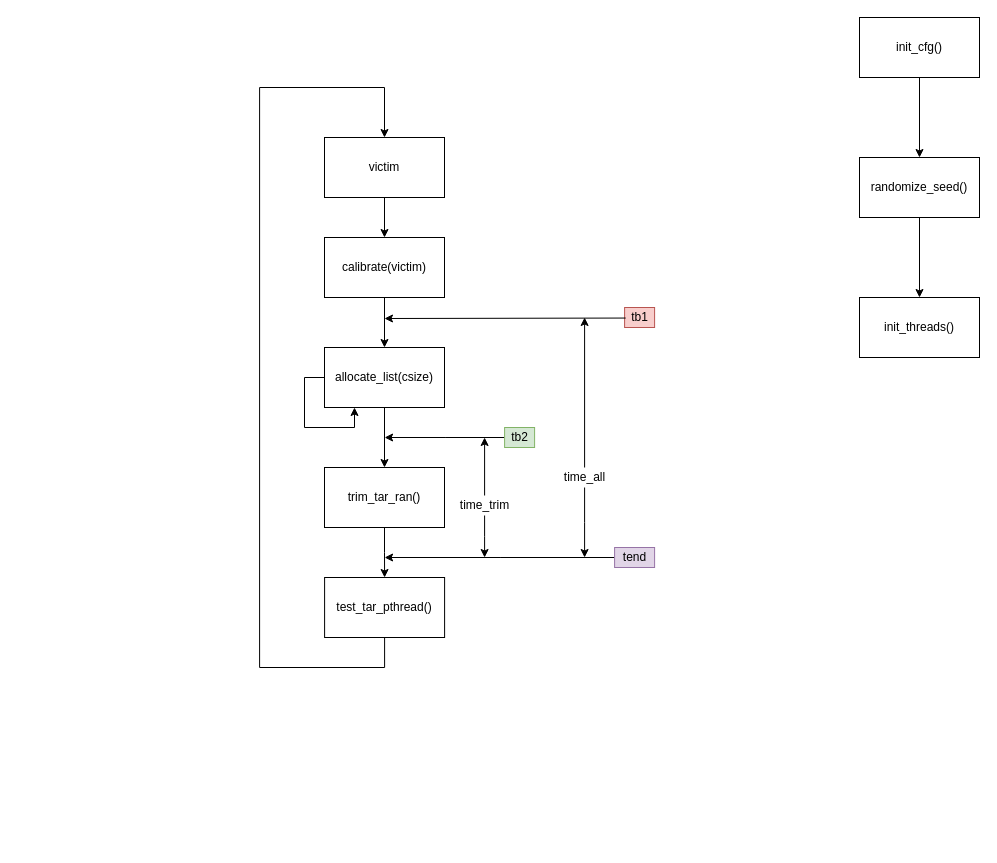
w112/graph keeps this draw.io diagram as CAS_cache_side_channel.drawio. Above is the earlier version. Source tidied: cells renumbered, new cells numbered last; positions are measured from the earlier drawing's top-left corner, leaving out a move shared by most shapes. Both pictures are drawn from the tidied source at 100%, with x=0, y=0 at pixel (259, 17).
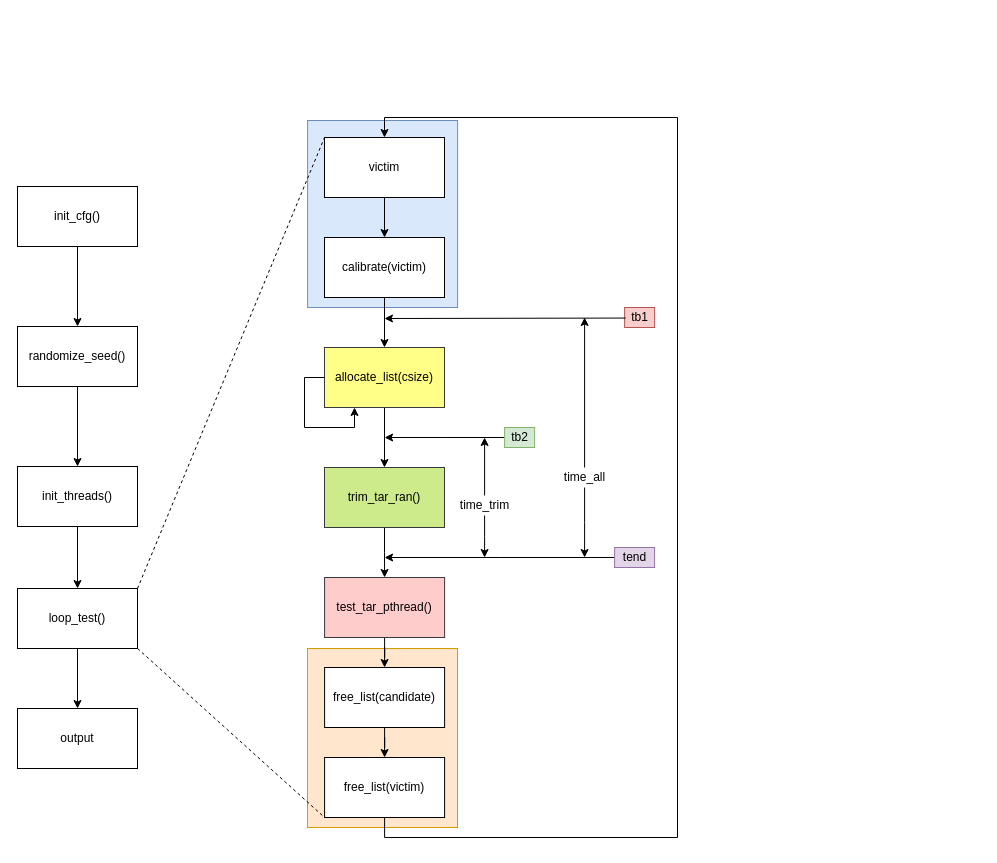
Above is the later version.

Unchanged cells that the change refers to:
```xml
<mxCell id="8" value="victim" style="rounded=0;whiteSpace=wrap;html=1;" parent="1" vertex="1">
  <mxGeometry x="65" y="120" width="120" height="60" as="geometry" />
</mxCell>
```

Change to the diagram source:
```diff
@@
+    <mxCell id="30" style="rounded=0;whiteSpace=wrap;html=1;fillColor=#dae8fc;strokeColor=#6c8ebf;" parent="1" vertex="1">
+      <mxGeometry x="48.1" y="103" width="150" height="187" as="geometry" />
+    </mxCell>
+    <mxCell id="31" style="rounded=0;whiteSpace=wrap;html=1;fillColor=#ffe6cc;strokeColor=#d79b00;" parent="1" vertex="1">
+      <mxGeometry x="48" y="631" width="150" height="179" as="geometry" />
+    </mxCell>
@@
     <mxCell id="3" value="init_cfg()" style="rounded=0;whiteSpace=wrap;html=1;" parent="1" vertex="1">
-      <mxGeometry x="600" width="120" height="60" as="geometry" />
+      <mxGeometry x="-242" y="169" width="120" height="60" as="geometry" />
     </mxCell>
@@
     <mxCell id="5" value="randomize_seed()" style="rounded=0;whiteSpace=wrap;html=1;" parent="1" vertex="1">
-      <mxGeometry x="600" y="140" width="120" height="60" as="geometry" />
+      <mxGeometry x="-242" y="309" width="120" height="60" as="geometry" />
     </mxCell>
+    <mxCell id="32" style="edgeStyle=orthogonalEdgeStyle;rounded=0;jettySize=auto;html=1;" parent="1" edge="1" source="6" target="39">
+      <mxGeometry relative="1" as="geometry" />
+    </mxCell>
     <mxCell id="6" value="init_threads()" style="rounded=0;whiteSpace=wrap;html=1;" parent="1" vertex="1">
-      <mxGeometry x="600" y="280" width="120" height="60" as="geometry" />
+      <mxGeometry x="-242" y="449" width="120" height="60" as="geometry" />
     </mxCell>
@@
-    <mxCell id="12" value="allocate_list(csize)" style="rounded=0;whiteSpace=wrap;html=1;" parent="1" vertex="1">
+    <mxCell id="12" value="allocate_list(csize)" style="rounded=0;whiteSpace=wrap;html=1;fillColor=#ffff88;strokeColor=#36393d;" parent="1" vertex="1">
       <mxGeometry x="65" y="330" width="120" height="60" as="geometry" />
     </mxCell>
@@
-    <mxCell id="17" value="trim_tar_ran()" style="rounded=0;whiteSpace=wrap;html=1;" parent="1" vertex="1">
+    <mxCell id="17" value="trim_tar_ran()" style="rounded=0;whiteSpace=wrap;html=1;fillColor=#cdeb8b;strokeColor=#36393d;" parent="1" vertex="1">
       <mxGeometry x="65" y="450" width="120" height="60" as="geometry" />
     </mxCell>
@@
-    <mxCell id="20" style="edgeStyle=orthogonalEdgeStyle;rounded=0;jettySize=auto;html=1;entryX=0.5;entryY=0;entryDx=0;entryDy=0;" parent="1" edge="1" source="21" target="8">
-      <mxGeometry relative="1" as="geometry">
-        <Array as="points">
-          <mxPoint x="125.1" y="650" />
-          <mxPoint x="0.1" y="650" />
-          <mxPoint x="0.1" y="70" />
-          <mxPoint x="125.1" y="70" />
-        </Array>
-      </mxGeometry>
-    </mxCell>
+    <mxCell id="33" style="edgeStyle=orthogonalEdgeStyle;rounded=0;jettySize=auto;html=1;entryX=0.5;entryY=0;entryDx=0;entryDy=0;" parent="1" edge="1" source="21" target="35">
+      <mxGeometry relative="1" as="geometry" />
+    </mxCell>
-    <mxCell id="21" value="test_tar_pthread()" style="rounded=0;whiteSpace=wrap;html=1;" parent="1" vertex="1">
+    <mxCell id="21" value="test_tar_pthread()" style="rounded=0;whiteSpace=wrap;html=1;fillColor=#ffcccc;strokeColor=#36393d;" parent="1" vertex="1">
       <mxGeometry x="65.1" y="560" width="120" height="60" as="geometry" />
     </mxCell>
@@
+    <mxCell id="34" style="edgeStyle=orthogonalEdgeStyle;rounded=0;jettySize=auto;html=1;entryX=0.5;entryY=0;entryDx=0;entryDy=0;" parent="1" edge="1" source="35" target="37">
+      <mxGeometry relative="1" as="geometry" />
+    </mxCell>
+    <mxCell id="35" value="free_list(candidate)" style="rounded=0;whiteSpace=wrap;html=1;" parent="1" vertex="1">
+      <mxGeometry x="65.1" y="650" width="120" height="60" as="geometry" />
+    </mxCell>
+    <mxCell id="36" style="edgeStyle=orthogonalEdgeStyle;rounded=0;jettySize=auto;html=1;exitX=0.5;exitY=1;exitDx=0;exitDy=0;entryX=0.5;entryY=0;entryDx=0;entryDy=0;" parent="1" edge="1" source="37" target="8">
+      <mxGeometry relative="1" as="geometry">
+        <Array as="points">
+          <mxPoint x="125" y="820" />
+          <mxPoint x="418" y="820" />
+          <mxPoint x="418" y="100" />
+          <mxPoint x="125" y="100" />
+        </Array>
+      </mxGeometry>
+    </mxCell>
+    <mxCell id="37" value="free_list(victim)" style="rounded=0;whiteSpace=wrap;html=1;" parent="1" vertex="1">
+      <mxGeometry x="65.1" y="740" width="120" height="60" as="geometry" />
+    </mxCell>
+    <mxCell id="38" style="edgeStyle=orthogonalEdgeStyle;rounded=0;jettySize=auto;html=1;" parent="1" edge="1" source="39" target="40">
+      <mxGeometry relative="1" as="geometry" />
+    </mxCell>
+    <mxCell id="39" value="loop_test()" style="rounded=0;whiteSpace=wrap;html=1;" parent="1" vertex="1">
+      <mxGeometry x="-242" y="571" width="120" height="60" as="geometry" />
+    </mxCell>
+    <mxCell id="40" value="output" style="rounded=0;whiteSpace=wrap;html=1;" parent="1" vertex="1">
+      <mxGeometry x="-242" y="691" width="120" height="60" as="geometry" />
+    </mxCell>
+    <mxCell id="41" style="endArrow=none;dashed=1;html=1;exitX=1;exitY=0;exitDx=0;exitDy=0;entryX=0;entryY=0;entryDx=0;entryDy=0;" parent="1" edge="1" source="39" target="8">
+      <mxGeometry relative="1" as="geometry" />
+    </mxCell>
+    <mxCell id="42" style="endArrow=none;dashed=1;html=1;exitX=1;exitY=1;exitDx=0;exitDy=0;entryX=0;entryY=1;entryDx=0;entryDy=0;" parent="1" edge="1" source="39" target="37">
+      <mxGeometry relative="1" as="geometry" />
+    </mxCell>
```
